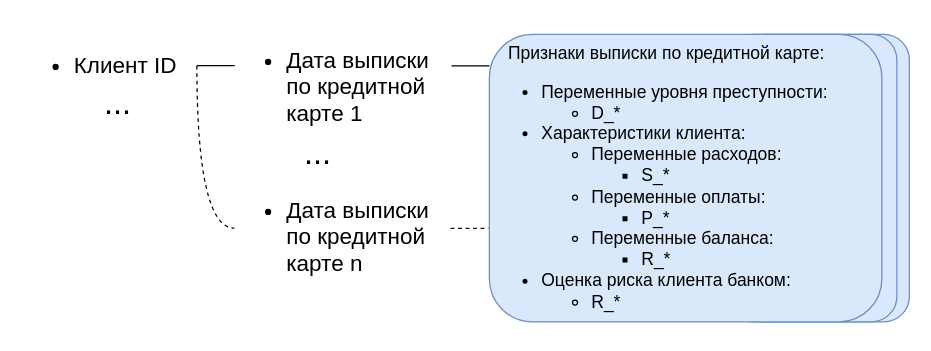
This is diplom_graphs/amex_feats.drawio from DenDiv/draw_io_graphs, a draw.io file, before an edit. Source tidied: cells renumbered, new cells numbered last; positions are measured from the earlier drawing's top-left corner, leaving out a move shared by most shapes. Both pictures are drawn from the tidied source at 125%, with x=0, y=0 at pixel (21, 21).
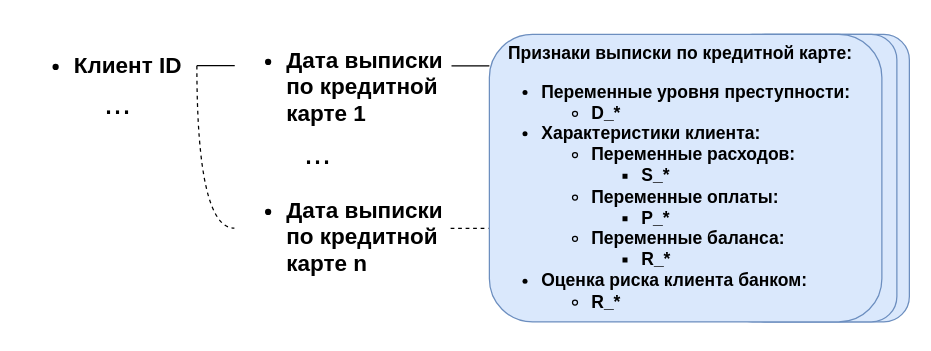
The same page after the edit.

Change to the diagram source:
```diff
@@
 <mxGraphModel>
   <root>
     <mxCell id="0" />
     <mxCell id="1" parent="0" />
     <mxCell id="2" style="rounded=1;whiteSpace=wrap;html=1;shadow=0;labelBackgroundColor=none;labelBorderColor=none;strokeColor=#6c8ebf;fontSize=20;fillColor=#dae8fc;" parent="1" vertex="1">
       <mxGeometry x="574" y="10" width="136" height="230" as="geometry" />
     </mxCell>
     <mxCell id="3" style="rounded=1;whiteSpace=wrap;html=1;shadow=0;labelBackgroundColor=none;labelBorderColor=none;strokeColor=#6c8ebf;fontSize=20;fillColor=#dae8fc;" parent="1" vertex="1">
       <mxGeometry x="564" y="10" width="136" height="230" as="geometry" />
     </mxCell>
     <mxCell id="4" style="edgeStyle=orthogonalEdgeStyle;rounded=0;jettySize=auto;html=1;exitX=1;exitY=0.5;exitDx=0;exitDy=0;entryX=0.002;entryY=0.387;entryDx=0;entryDy=0;entryPerimeter=0;fontSize=20;endArrow=none;endFill=0;" parent="1" edge="1" source="6" target="7">
       <mxGeometry relative="1" as="geometry" />
     </mxCell>
     <mxCell id="5" style="edgeStyle=orthogonalEdgeStyle;rounded=0;jettySize=auto;html=1;exitX=1;exitY=0.5;exitDx=0;exitDy=0;fontSize=20;endArrow=none;endFill=0;elbow=vertical;curved=1;dashed=1;entryX=0;entryY=0.5;entryDx=0;entryDy=0;" parent="1" edge="1" source="6" target="11">
       <mxGeometry relative="1" as="geometry">
         <Array as="points">
           <mxPoint x="140" y="165" />
         </Array>
       </mxGeometry>
     </mxCell>
-    <mxCell id="6" value="&lt;ul style=&quot;font-size: 18px;&quot;&gt;&lt;li style=&quot;font-size: 18px;&quot;&gt;Клиент ID&amp;nbsp;&lt;/li&gt;&lt;/ul&gt;" style="text;strokeColor=none;fillColor=none;html=1;whiteSpace=wrap;verticalAlign=middle;overflow=hidden;fontSize=18;" parent="1" vertex="1">
+    <mxCell id="6" value="&lt;ul style=&quot;font-size: 18px;&quot;&gt;&lt;li style=&quot;font-size: 18px;&quot;&gt;Клиент ID&amp;nbsp;&lt;/li&gt;&lt;/ul&gt;" style="text;strokeColor=none;fillColor=none;html=1;whiteSpace=wrap;verticalAlign=middle;overflow=hidden;fontSize=18;fontStyle=1;" parent="1" vertex="1">
       <mxGeometry width="140" height="70" as="geometry" />
     </mxCell>
-    <mxCell id="7" value="&lt;ul style=&quot;font-size: 18px;&quot;&gt;&lt;li style=&quot;font-size: 18px;&quot;&gt;Дата выписки по кредитной карте 1&lt;/li&gt;&lt;/ul&gt;" style="text;strokeColor=none;fillColor=none;html=1;whiteSpace=wrap;verticalAlign=middle;overflow=hidden;rounded=1;arcSize=50;shadow=0;align=left;fontSize=18;" parent="1" vertex="1">
+    <mxCell id="7" value="&lt;ul style=&quot;font-size: 18px;&quot;&gt;&lt;li style=&quot;font-size: 18px;&quot;&gt;Дата выписки по кредитной карте 1&lt;/li&gt;&lt;/ul&gt;" style="text;strokeColor=none;fillColor=none;html=1;whiteSpace=wrap;verticalAlign=middle;overflow=hidden;rounded=1;arcSize=50;shadow=0;align=left;fontSize=18;fontStyle=1;" parent="1" vertex="1">
       <mxGeometry x="170" width="168" height="90" as="geometry" />
     </mxCell>
     <mxCell id="8" value="..." style="text;html=1;strokeColor=none;fillColor=none;align=center;verticalAlign=middle;whiteSpace=wrap;rounded=0;fontSize=26;" parent="1" vertex="1">
       <mxGeometry x="210" y="90" width="54" height="30" as="geometry" />
     </mxCell>
-    <mxCell id="9" value="&amp;nbsp; &amp;nbsp; &lt;font style=&quot;font-size: 14px;&quot;&gt;Признаки выписки по кредитной карте:&lt;br&gt;&lt;/font&gt;&lt;ul style=&quot;font-size: 14px;&quot;&gt;&lt;li style=&quot;&quot;&gt;&lt;font style=&quot;font-size: 14px;&quot;&gt;Переменные уровня преступности:&lt;/font&gt;&lt;/li&gt;&lt;ul style=&quot;&quot;&gt;&lt;li&gt;&lt;font style=&quot;font-size: 14px;&quot;&gt;D_*&amp;nbsp;&lt;/font&gt;&lt;/li&gt;&lt;/ul&gt;&lt;li style=&quot;&quot;&gt;&lt;font style=&quot;font-size: 14px;&quot;&gt;Характеристики клиента:&lt;/font&gt;&lt;/li&gt;&lt;ul style=&quot;&quot;&gt;&lt;li&gt;&lt;font style=&quot;font-size: 14px;&quot;&gt;Переменные расходов:&lt;/font&gt;&lt;/li&gt;&lt;ul&gt;&lt;li&gt;&lt;font style=&quot;font-size: 14px;&quot;&gt;S_*&lt;/font&gt;&lt;/li&gt;&lt;/ul&gt;&lt;li&gt;&lt;font style=&quot;font-size: 14px;&quot;&gt;Переменные оплаты:&lt;/font&gt;&lt;/li&gt;&lt;ul&gt;&lt;li&gt;&lt;font style=&quot;font-size: 14px;&quot;&gt;P_*&lt;/font&gt;&lt;/li&gt;&lt;/ul&gt;&lt;li&gt;&lt;font style=&quot;font-size: 14px;&quot;&gt;Переменные баланса:&lt;/font&gt;&lt;/li&gt;&lt;ul&gt;&lt;li&gt;&lt;font style=&quot;font-size: 14px;&quot;&gt;R_*&lt;/font&gt;&lt;/li&gt;&lt;/ul&gt;&lt;/ul&gt;&lt;li style=&quot;&quot;&gt;&lt;font style=&quot;font-size: 14px;&quot;&gt;Оценка риска клиента банком:&lt;/font&gt;&lt;/li&gt;&lt;ul style=&quot;&quot;&gt;&lt;li style=&quot;&quot;&gt;&lt;font style=&quot;font-size: 14px;&quot;&gt;R_*&lt;/font&gt;&lt;/li&gt;&lt;/ul&gt;&lt;/ul&gt;" style="rounded=1;html=1;align=left;verticalAlign=top;labelBackgroundColor=none;labelBorderColor=none;whiteSpace=wrap;spacing=2;fillColor=#dae8fc;strokeColor=#6c8ebf;" parent="1" vertex="1">
+    <mxCell id="9" value="&amp;nbsp; &amp;nbsp; &lt;font style=&quot;font-size: 14px;&quot;&gt;Признаки выписки по кредитной карте:&lt;br&gt;&lt;/font&gt;&lt;ul style=&quot;font-size: 14px;&quot;&gt;&lt;li style=&quot;&quot;&gt;&lt;font style=&quot;font-size: 14px;&quot;&gt;Переменные уровня преступности:&lt;/font&gt;&lt;/li&gt;&lt;ul style=&quot;&quot;&gt;&lt;li&gt;&lt;font style=&quot;font-size: 14px;&quot;&gt;D_*&amp;nbsp;&lt;/font&gt;&lt;/li&gt;&lt;/ul&gt;&lt;li style=&quot;&quot;&gt;&lt;font style=&quot;font-size: 14px;&quot;&gt;Характеристики клиента:&lt;/font&gt;&lt;/li&gt;&lt;ul style=&quot;&quot;&gt;&lt;li&gt;&lt;font style=&quot;font-size: 14px;&quot;&gt;Переменные расходов:&lt;/font&gt;&lt;/li&gt;&lt;ul&gt;&lt;li&gt;&lt;font style=&quot;font-size: 14px;&quot;&gt;S_*&lt;/font&gt;&lt;/li&gt;&lt;/ul&gt;&lt;li&gt;&lt;font style=&quot;font-size: 14px;&quot;&gt;Переменные оплаты:&lt;/font&gt;&lt;/li&gt;&lt;ul&gt;&lt;li&gt;&lt;font style=&quot;font-size: 14px;&quot;&gt;P_*&lt;/font&gt;&lt;/li&gt;&lt;/ul&gt;&lt;li&gt;&lt;font style=&quot;font-size: 14px;&quot;&gt;Переменные баланса:&lt;/font&gt;&lt;/li&gt;&lt;ul&gt;&lt;li&gt;&lt;font style=&quot;font-size: 14px;&quot;&gt;R_*&lt;/font&gt;&lt;/li&gt;&lt;/ul&gt;&lt;/ul&gt;&lt;li style=&quot;&quot;&gt;&lt;font style=&quot;font-size: 14px;&quot;&gt;Оценка риска клиента банком:&lt;/font&gt;&lt;/li&gt;&lt;ul style=&quot;&quot;&gt;&lt;li style=&quot;&quot;&gt;&lt;font style=&quot;font-size: 14px;&quot;&gt;R_*&lt;/font&gt;&lt;/li&gt;&lt;/ul&gt;&lt;/ul&gt;" style="rounded=1;html=1;align=left;verticalAlign=top;labelBackgroundColor=none;labelBorderColor=none;whiteSpace=wrap;spacing=2;fillColor=#dae8fc;strokeColor=#6c8ebf;fontStyle=1;" parent="1" vertex="1">
       <mxGeometry x="374" y="10" width="314" height="230" as="geometry" />
     </mxCell>
     <mxCell id="10" value="..." style="text;html=1;strokeColor=none;fillColor=none;align=center;verticalAlign=middle;whiteSpace=wrap;rounded=0;fontSize=26;" parent="1" vertex="1">
       <mxGeometry x="50" y="50" width="54" height="30" as="geometry" />
     </mxCell>
-    <mxCell id="11" value="&lt;ul style=&quot;font-size: 18px;&quot;&gt;&lt;li style=&quot;font-size: 18px;&quot;&gt;Дата выписки по кредитной карте n&lt;/li&gt;&lt;/ul&gt;" style="text;strokeColor=none;fillColor=none;html=1;whiteSpace=wrap;verticalAlign=middle;overflow=hidden;rounded=1;arcSize=50;shadow=0;align=left;fontSize=18;" parent="1" vertex="1">
+    <mxCell id="11" value="&lt;ul style=&quot;font-size: 18px;&quot;&gt;&lt;li style=&quot;font-size: 18px;&quot;&gt;Дата выписки по кредитной карте n&lt;/li&gt;&lt;/ul&gt;" style="text;strokeColor=none;fillColor=none;html=1;whiteSpace=wrap;verticalAlign=middle;overflow=hidden;rounded=1;arcSize=50;shadow=0;align=left;fontSize=18;fontStyle=1;" parent="1" vertex="1">
       <mxGeometry x="170" y="120" width="168" height="90" as="geometry" />
     </mxCell>
     <mxCell id="12" style="edgeStyle=orthogonalEdgeStyle;rounded=0;orthogonalLoop=1;jettySize=auto;html=1;exitX=1;exitY=0.5;exitDx=0;exitDy=0;entryX=0.002;entryY=0.387;entryDx=0;entryDy=0;entryPerimeter=0;fontSize=20;endArrow=none;endFill=0;" parent="1" edge="1">
       <mxGeometry relative="1" as="geometry">
         <mxPoint x="343.7" y="35.1" as="sourcePoint" />
         <mxPoint x="374" y="34.9" as="targetPoint" />
       </mxGeometry>
     </mxCell>
     <mxCell id="13" style="edgeStyle=orthogonalEdgeStyle;rounded=0;orthogonalLoop=1;jettySize=auto;html=1;exitX=1;exitY=0.5;exitDx=0;exitDy=0;entryX=0.002;entryY=0.387;entryDx=0;entryDy=0;entryPerimeter=0;fontSize=20;endArrow=none;endFill=0;dashed=1;" parent="1" edge="1">
       <mxGeometry relative="1" as="geometry">
         <mxPoint x="343" y="165.1" as="sourcePoint" />
         <mxPoint x="373.3" y="164.9" as="targetPoint" />
       </mxGeometry>
     </mxCell>
   </root>
 </mxGraphModel>
```
